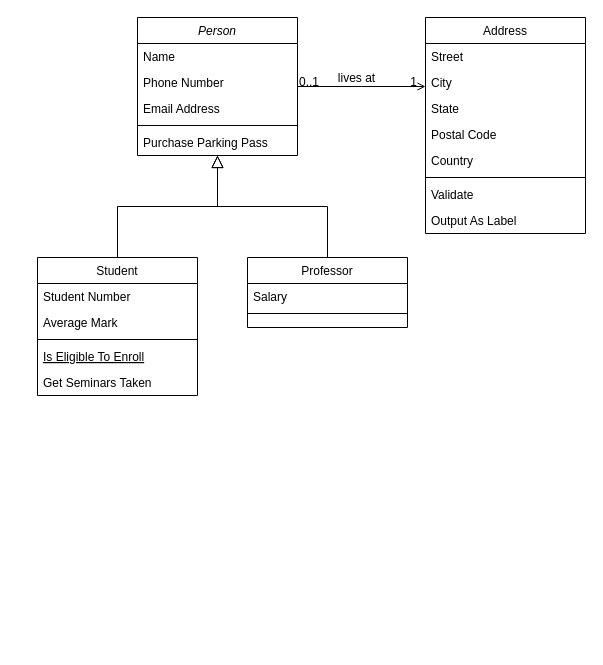
Before: web-api/Untitled Diagram.drawio in rj13371/mtg-web-store, a draw.io diagram. Source tidied: cells renumbered, new cells numbered last; positions are measured from the earlier drawing's top-left corner, leaving out a move shared by most shapes. Both pictures are drawn from the tidied source at 100%, with x=0, y=0 at pixel (37, 17).
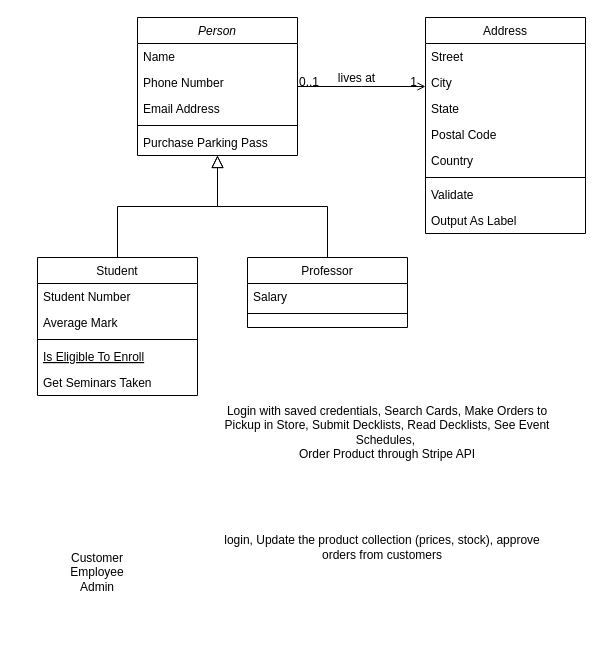
The same page after the edit.

Change to the diagram source:
```diff
@@
+    <mxCell id="32" value="Customer&lt;br&gt;Employee&lt;br&gt;Admin" style="text;html=1;strokeColor=none;fillColor=none;align=center;verticalAlign=middle;whiteSpace=wrap;rounded=0;" parent="1" vertex="1">
+      <mxGeometry x="-20" y="480" width="160" height="150" as="geometry" />
+    </mxCell>
+    <mxCell id="33" value="Login with saved credentials, Search Cards, Make Orders to Pickup in Store, Submit Decklists, Read Decklists, See Event Schedules,&amp;nbsp;&lt;br&gt;Order Product through Stripe API" style="text;html=1;strokeColor=none;fillColor=none;align=center;verticalAlign=middle;whiteSpace=wrap;rounded=0;" parent="1" vertex="1">
+      <mxGeometry x="180" y="370" width="340" height="90" as="geometry" />
+    </mxCell>
+    <mxCell id="34" value="login, Update the product collection (prices, stock), approve orders from customers" style="text;html=1;strokeColor=none;fillColor=none;align=center;verticalAlign=middle;whiteSpace=wrap;rounded=0;" parent="1" vertex="1">
+      <mxGeometry x="180" y="480" width="330" height="100" as="geometry" />
+    </mxCell>
```
